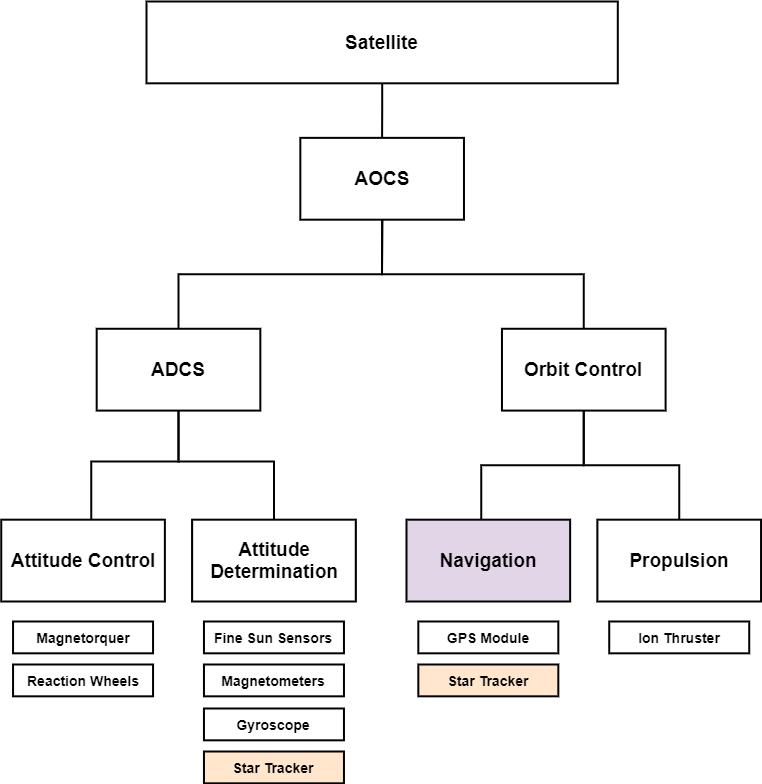
The draw.io diagram AOCS Hierarchy.png in Axle-Axel/images, before a commit. Source tidied: cells renumbered, new cells last; positions are measured from the earlier drawing's top-left corner, leaving out a move shared by most shapes.
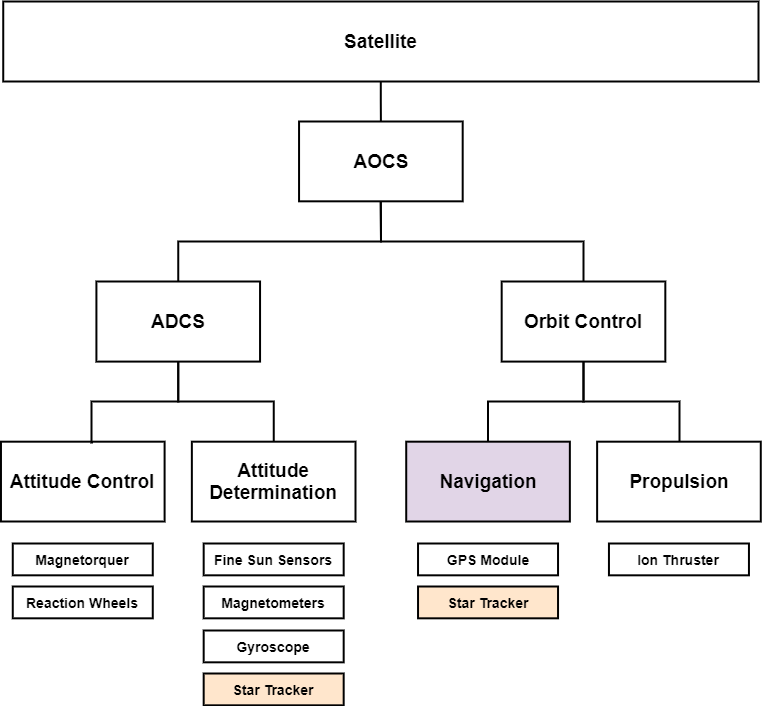
The same file after the commit.

The edit, as a diff of the source:
```diff
@@ -2,49 +2,68 @@
   <root>
     <mxCell id="0" />
     <mxCell id="1" parent="0" />
+    <mxCell id="28" value="Attitude Control" style="rounded=0;whiteSpace=wrap;html=1;glass=0;fontStyle=1;fontSize=19;perimeterSpacing=0;strokeWidth=2;" parent="1" vertex="1">
+      <mxGeometry x="-0.2" y="518.2" width="163.6" height="79.8" as="geometry" />
+    </mxCell>
+    <mxCell id="27" value="Attitude Determination" style="rounded=0;whiteSpace=wrap;html=1;fontStyle=1;fontSize=19;perimeterSpacing=0;strokeWidth=2;" parent="1" vertex="1">
+      <mxGeometry x="190.7" y="518.2" width="163.6" height="79.8" as="geometry" />
+    </mxCell>
     <mxCell id="2" value="&lt;font style=&quot;font-size: 14px;&quot;&gt;Magnetometers&lt;/font&gt;" style="rounded=0;whiteSpace=wrap;html=1;fontStyle=1;fontSize=14;perimeterSpacing=0;strokeWidth=2;" parent="1" vertex="1">
       <mxGeometry x="202.5" y="663" width="140" height="31.8" as="geometry" />
     </mxCell>
     <mxCell id="3" value="AOCS" style="rounded=0;whiteSpace=wrap;html=1;fontStyle=1;fontSize=19;perimeterSpacing=0;strokeWidth=2;" parent="1" vertex="1">
-      <mxGeometry x="298.8" y="136.4" width="163.6" height="81.8" as="geometry" />
+      <mxGeometry x="297.8" y="198" width="163.6" height="79.8" as="geometry" />
     </mxCell>
     <mxCell id="4" value="ADCS" style="rounded=0;whiteSpace=wrap;html=1;fontStyle=1;fontSize=19;perimeterSpacing=0;strokeWidth=2;" parent="1" vertex="1">
-      <mxGeometry x="95.2" y="327.3" width="163.6" height="81.8" as="geometry" />
+      <mxGeometry x="95.2" y="358" width="163.6" height="80.1" as="geometry" />
     </mxCell>
     <mxCell id="5" style="edgeStyle=orthogonalEdgeStyle;rounded=0;jettySize=auto;html=1;entryX=0.5;entryY=0;entryDx=0;entryDy=0;exitX=0.5;exitY=1;exitDx=0;exitDy=0;fontStyle=1;endArrow=none;endFill=0;strokeWidth=2;" parent="1" edge="1" source="3" target="4">
-      <mxGeometry x="-600" y="-80" as="geometry" />
+      <mxGeometry x="-614.7" y="-80" as="geometry">
+        <Array as="points">
+          <mxPoint x="379.3" y="318" />
+          <mxPoint x="177.3" y="318" />
+        </Array>
+      </mxGeometry>
     </mxCell>
     <mxCell id="6" style="edgeStyle=orthogonalEdgeStyle;rounded=0;jettySize=auto;html=1;fontStyle=1;endArrow=none;endFill=0;strokeWidth=2;" parent="1" edge="1" source="7" target="3">
       <mxGeometry x="-560" y="-80" as="geometry" />
     </mxCell>
     <mxCell id="7" value="Satellite" style="rounded=0;whiteSpace=wrap;html=1;fontStyle=1;fontSize=19;perimeterSpacing=0;strokeWidth=2;" parent="1" vertex="1">
-      <mxGeometry x="145" width="471.3" height="81.8" as="geometry" />
+      <mxGeometry x="2" y="78" width="755.3" height="80" as="geometry" />
     </mxCell>
-    <mxCell id="8" value="Propulsion" style="rounded=0;whiteSpace=wrap;html=1;fontStyle=1;fontSize=15;" parent="1" vertex="1">
-      <mxGeometry x="595.9" y="518.2" width="163.6" height="81.8" as="geometry" />
-    </mxCell>
-    <mxCell id="9" style="edgeStyle=orthogonalEdgeStyle;rounded=0;jettySize=auto;html=1;entryX=0.5;entryY=0;entryDx=0;entryDy=0;fontStyle=1;endArrow=none;endFill=0;strokeWidth=2;exitX=0.5;exitY=1;exitDx=0;exitDy=0;" parent="1" edge="1" source="15">
-      <mxGeometry x="-474.5" y="-80" as="geometry">
-        <mxPoint x="479.7" y="518.2" as="targetPoint" />
+    <mxCell id="9" style="edgeStyle=orthogonalEdgeStyle;rounded=0;jettySize=auto;html=1;fontStyle=1;endArrow=none;endFill=0;strokeWidth=2;exitX=0.5;exitY=1;exitDx=0;exitDy=0;entryX=0.5;entryY=0;entryDx=0;entryDy=0;" parent="1" edge="1" source="15" target="14">
+      <mxGeometry x="-476.8" y="-80" as="geometry">
+        <Array as="points">
+          <mxPoint x="582.3" y="478" />
+          <mxPoint x="486.3" y="478" />
+        </Array>
       </mxGeometry>
     </mxCell>
-    <mxCell id="10" style="edgeStyle=orthogonalEdgeStyle;rounded=0;jettySize=auto;html=1;entryX=0.5;entryY=0;entryDx=0;entryDy=0;fontStyle=1;endArrow=none;endFill=0;strokeWidth=2;" parent="1" edge="1" source="15" target="8">
-      <mxGeometry x="-474.5" y="-80" as="geometry" />
+    <mxCell id="10" style="edgeStyle=orthogonalEdgeStyle;rounded=0;jettySize=auto;html=1;entryX=0.5;entryY=0;entryDx=0;entryDy=0;fontStyle=1;endArrow=none;endFill=0;strokeWidth=2;" parent="1" edge="1" source="15">
+      <mxGeometry x="-476.8" y="-80" as="geometry">
+        <mxPoint x="659.1" y="548" as="targetPoint" />
+        <Array as="points">
+          <mxPoint x="582.3" y="478" />
+          <mxPoint x="678.3" y="478" />
+        </Array>
+      </mxGeometry>
     </mxCell>
     <mxCell id="11" style="edgeStyle=orthogonalEdgeStyle;rounded=0;jettySize=auto;html=1;exitX=0.5;exitY=1;exitDx=0;exitDy=0;fontStyle=1;endArrow=none;endFill=0;strokeWidth=2;" parent="1" edge="1" source="3" target="15">
-      <mxGeometry x="-600" y="-80" as="geometry" />
+      <mxGeometry x="-614.7" y="-80" as="geometry">
+        <Array as="points">
+          <mxPoint x="379.3" y="318" />
+          <mxPoint x="582.3" y="318" />
+        </Array>
+      </mxGeometry>
     </mxCell>
-    <mxCell id="12" value="Propulsion" style="rounded=0;whiteSpace=wrap;html=1;fontStyle=1;fontSize=15;perimeterSpacing=5;" parent="1" vertex="1">
-      <mxGeometry x="595.9" y="518.2" width="163.6" height="81.8" as="geometry" />
-    </mxCell>
     <mxCell id="13" value="Propulsion" style="rounded=0;whiteSpace=wrap;html=1;fontStyle=1;fontSize=19;perimeterSpacing=0;strokeWidth=2;" parent="1" vertex="1">
-      <mxGeometry x="595.9" y="518.2" width="163.6" height="81.8" as="geometry" />
+      <mxGeometry x="595.9" y="518.2" width="163.6" height="79.8" as="geometry" />
     </mxCell>
     <mxCell id="14" value="Navigation" style="rounded=0;whiteSpace=wrap;html=1;glass=0;fillColor=#e1d5e7;fontStyle=1;fontSize=19;perimeterSpacing=0;strokeWidth=2;" parent="1" vertex="1">
-      <mxGeometry x="405" y="518.2" width="163.6" height="81.8" as="geometry" />
+      <mxGeometry x="405" y="518.2" width="163.6" height="79.8" as="geometry" />
     </mxCell>
     <mxCell id="15" value="Orbit Control" style="rounded=0;whiteSpace=wrap;html=1;fontStyle=1;fontSize=19;strokeWidth=2;" parent="1" vertex="1">
-      <mxGeometry x="500.5" y="327.3" width="163.6" height="81.8" as="geometry" />
+      <mxGeometry x="500.5" y="358" width="163.6" height="80.1" as="geometry" />
     </mxCell>
     <mxCell id="16" value="&lt;font style=&quot;font-size: 14px&quot;&gt;Gyroscope&lt;/font&gt;" style="rounded=0;whiteSpace=wrap;html=1;fontStyle=1;fontSize=14;perimeterSpacing=0;strokeWidth=2;" parent="1" vertex="1">
       <mxGeometry x="202.5" y="707" width="140" height="31.8" as="geometry" />
@@ -59,7 +78,7 @@
       <mxGeometry x="11.6" y="663" width="140" height="31.8" as="geometry" />
     </mxCell>
     <mxCell id="20" value="Ion Thruster" style="rounded=0;whiteSpace=wrap;html=1;fontStyle=1;fontSize=14;perimeterSpacing=0;strokeWidth=2;" parent="1" vertex="1">
-      <mxGeometry x="607.7" y="620" width="140" height="31.8" as="geometry" />
+      <mxGeometry x="607.8" y="620" width="140" height="31.8" as="geometry" />
     </mxCell>
     <mxCell id="21" value="Star Tracker" style="rounded=0;whiteSpace=wrap;html=1;fontStyle=1;fontSize=14;perimeterSpacing=0;strokeWidth=2;fillColor=#ffe6cc;" parent="1" vertex="1">
       <mxGeometry x="416.8" y="663" width="140" height="31.8" as="geometry" />
@@ -67,35 +86,24 @@
     <mxCell id="22" value="GPS Module" style="rounded=0;whiteSpace=wrap;html=1;fontStyle=1;fontSize=14;perimeterSpacing=0;strokeWidth=2;" parent="1" vertex="1">
       <mxGeometry x="416.8" y="620" width="140" height="31.8" as="geometry" />
     </mxCell>
-    <mxCell id="23" value="Propulsion" style="rounded=0;whiteSpace=wrap;html=1;fontStyle=1;fontSize=15;" parent="1" vertex="1">
-      <mxGeometry x="190.6" y="518.2" width="163.6" height="81.8" as="geometry" />
-    </mxCell>
-    <mxCell id="24" style="edgeStyle=orthogonalEdgeStyle;rounded=0;jettySize=auto;html=1;entryX=0.5;entryY=0;entryDx=0;entryDy=0;fontStyle=1;endArrow=none;endFill=0;strokeWidth=2;exitX=0.5;exitY=1;exitDx=0;exitDy=0;" parent="1" edge="1" source="4">
-      <mxGeometry x="-864.5" y="-49.1" as="geometry">
-        <mxPoint x="89.7" y="549.1" as="targetPoint" />
+    <mxCell id="24" style="edgeStyle=orthogonalEdgeStyle;rounded=0;jettySize=auto;html=1;fontStyle=1;endArrow=none;endFill=0;strokeWidth=2;exitX=0.5;exitY=1;exitDx=0;exitDy=0;entryX=0.562;entryY=0.009;entryDx=0;entryDy=0;entryPerimeter=0;" parent="1" edge="1" source="4" target="28">
+      <mxGeometry x="-866.8" y="-49.1" as="geometry">
         <Array as="points">
-          <mxPoint x="177" y="460" />
-          <mxPoint x="90" y="460" />
+          <mxPoint x="177.3" y="478" />
+          <mxPoint x="90.3" y="478" />
+          <mxPoint x="90.3" y="519" />
         </Array>
       </mxGeometry>
     </mxCell>
-    <mxCell id="25" style="edgeStyle=orthogonalEdgeStyle;rounded=0;jettySize=auto;html=1;entryX=0.5;entryY=0;entryDx=0;entryDy=0;fontStyle=1;endArrow=none;endFill=0;strokeWidth=2;exitX=0.5;exitY=1;exitDx=0;exitDy=0;" parent="1" edge="1" source="4" target="23">
-      <mxGeometry x="-864.5" y="-49.1" as="geometry">
+    <mxCell id="25" style="edgeStyle=orthogonalEdgeStyle;rounded=0;jettySize=auto;html=1;entryX=0.5;entryY=0;entryDx=0;entryDy=0;fontStyle=1;endArrow=none;endFill=0;strokeWidth=2;exitX=0.5;exitY=1;exitDx=0;exitDy=0;" parent="1" edge="1" source="4">
+      <mxGeometry x="-866.8" y="-49.1" as="geometry">
+        <mxPoint x="272.5" y="518.2" as="targetPoint" />
         <Array as="points">
-          <mxPoint x="177" y="460" />
-          <mxPoint x="272" y="460" />
+          <mxPoint x="177.3" y="478" />
+          <mxPoint x="272.3" y="478" />
         </Array>
       </mxGeometry>
     </mxCell>
-    <mxCell id="26" value="Propulsion" style="rounded=0;whiteSpace=wrap;html=1;fontStyle=1;fontSize=15;perimeterSpacing=5;" parent="1" vertex="1">
-      <mxGeometry x="190.6" y="518.2" width="163.6" height="81.8" as="geometry" />
-    </mxCell>
-    <mxCell id="27" value="Attitude Determination" style="rounded=0;whiteSpace=wrap;html=1;fontStyle=1;fontSize=19;perimeterSpacing=0;strokeWidth=2;" parent="1" vertex="1">
-      <mxGeometry x="190.6" y="518.2" width="163.6" height="81.8" as="geometry" />
-    </mxCell>
-    <mxCell id="28" value="Attitude Control" style="rounded=0;whiteSpace=wrap;html=1;glass=0;fontStyle=1;fontSize=19;perimeterSpacing=0;strokeWidth=2;" parent="1" vertex="1">
-      <mxGeometry x="-0.3" y="518.2" width="163.6" height="81.8" as="geometry" />
-    </mxCell>
     <mxCell id="29" value="Star Tracker" style="rounded=0;whiteSpace=wrap;html=1;fontStyle=1;fontSize=14;perimeterSpacing=0;strokeWidth=2;fillColor=#ffe6cc;" parent="1" vertex="1">
       <mxGeometry x="202.5" y="750" width="140" height="31.8" as="geometry" />
     </mxCell>
```
